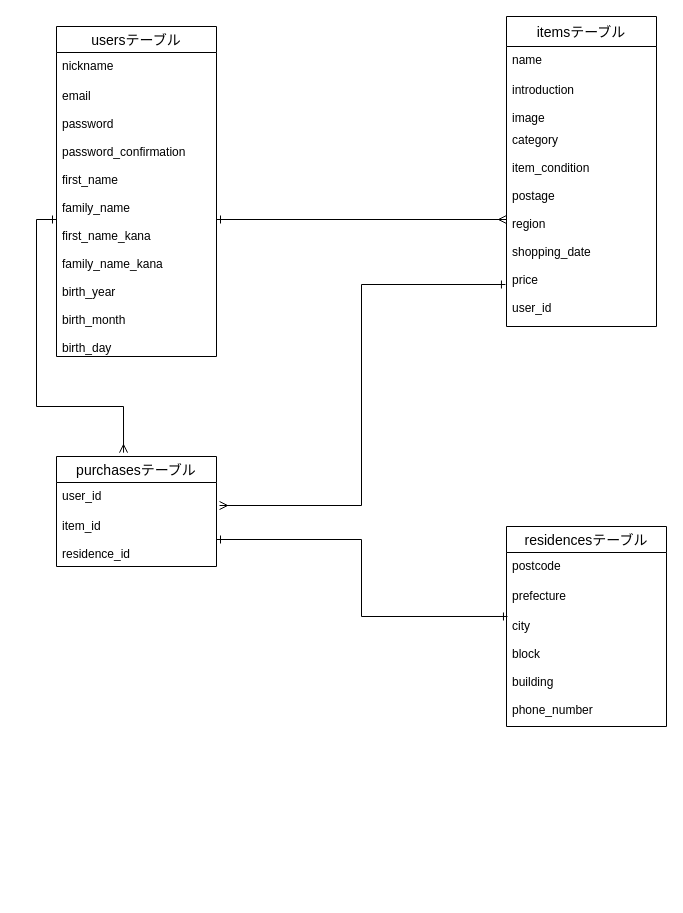
The draw.io diagram test.dio in junki57/furima-35959, before the edit. Source tidied: cells renumbered, new cells numbered last; positions are measured from the earlier drawing's top-left corner, leaving out a move shared by most shapes. Both pictures are drawn from the tidied source at 100%, with x=0, y=0 at pixel (56, 16).
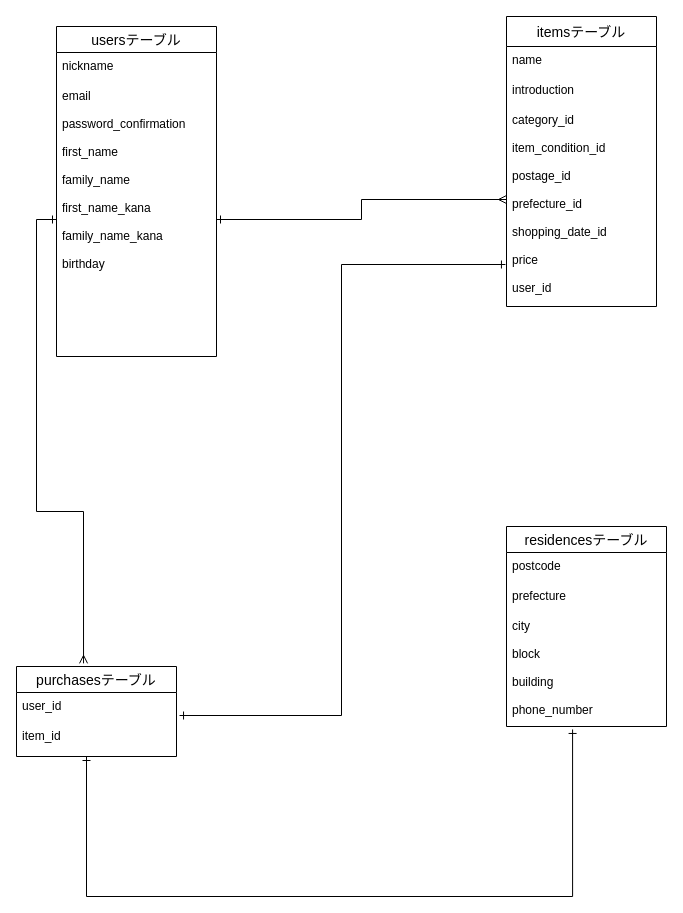
Above is the later version.

Unchanged cells that the change refers to:
```xml
<mxCell id="9" value="user_id" style="text;strokeColor=none;fillColor=none;spacingLeft=4;spacingRight=4;overflow=hidden;points=[[0,0.5],[1,0.5]];portConstraint=eastwest;fontSize=12;" parent="8" vertex="1">
  <mxGeometry y="26" width="160" height="30" as="geometry" />
</mxCell>
<mxCell id="14" value="city&#10;&#10;block&#10;&#10;building&#10;&#10;phone_number" style="text;strokeColor=none;fillColor=none;spacingLeft=4;spacingRight=4;overflow=hidden;points=[[0,0.5],[1,0.5]];portConstraint=eastwest;fontSize=12;" parent="11" vertex="1">
  <mxGeometry y="86" width="160" height="114" as="geometry" />
</mxCell>
```

Diff of the diagram source:
```diff
@@
     <mxCell id="2" value="itemsテーブル" style="swimlane;fontStyle=0;horizontal=1;startSize=30;align=center;fontSize=14;" parent="1" vertex="1">
-      <mxGeometry x="450" width="150" height="310" as="geometry" />
+      <mxGeometry x="450" width="150" height="290" as="geometry" />
     </mxCell>
@@
-    <mxCell id="4" value="introduction&#10;&#10;image" style="text;strokeColor=none;fillColor=none;spacingLeft=4;spacingRight=4;overflow=hidden;fontSize=12;" parent="2" vertex="1">
-      <mxGeometry y="60" width="150" height="50" as="geometry" />
+    <mxCell id="4" value="introduction" style="text;strokeColor=none;fillColor=none;spacingLeft=4;spacingRight=4;overflow=hidden;fontSize=12;" parent="2" vertex="1">
+      <mxGeometry y="60" width="150" height="30" as="geometry" />
     </mxCell>
-    <mxCell id="5" value="category&#10;&#10;item_condition&#10;&#10;postage&#10;&#10;region&#10;&#10;shopping_date&#10;&#10;price&#10;&#10;user_id&#10;" style="text;strokeColor=none;fillColor=none;spacingLeft=4;spacingRight=4;overflow=hidden;points=[[0,0.5],[1,0.5]];portConstraint=eastwest;fontSize=12;" parent="2" vertex="1">
-      <mxGeometry y="110" width="150" height="200" as="geometry" />
+    <mxCell id="5" value="category_id&#10;&#10;item_condition_id&#10;&#10;postage_id&#10;&#10;prefecture_id&#10;&#10;shopping_date_id&#10;&#10;price&#10;&#10;user_id&#10;" style="text;strokeColor=none;fillColor=none;spacingLeft=4;spacingRight=4;overflow=hidden;points=[[0,0.5],[1,0.5]];portConstraint=eastwest;fontSize=12;" parent="2" vertex="1">
+      <mxGeometry y="90" width="150" height="200" as="geometry" />
     </mxCell>
@@
+    <mxCell id="21" style="edgeStyle=orthogonalEdgeStyle;rounded=0;jettySize=auto;html=1;entryX=0.413;entryY=1.026;entryDx=0;entryDy=0;entryPerimeter=0;startArrow=ERone;startFill=0;endArrow=ERone;endFill=0;" parent="1" edge="1" source="8" target="14">
+      <mxGeometry relative="1" as="geometry">
+        <Array as="points">
+          <mxPoint x="30" y="880" />
+          <mxPoint x="516" y="880" />
+        </Array>
+      </mxGeometry>
+    </mxCell>
     <mxCell id="8" value="purchasesテーブル" style="swimlane;fontStyle=0;horizontal=1;startSize=26;align=center;fontSize=14;" parent="1" vertex="1">
-      <mxGeometry y="440" width="160" height="110" as="geometry" />
+      <mxGeometry x="-40" y="650" width="160" height="90" as="geometry" />
     </mxCell>
@@
-    <mxCell id="10" value="item_id&#10;&#10;residence_id" style="text;strokeColor=none;fillColor=none;spacingLeft=4;spacingRight=4;overflow=hidden;points=[[0,0.5],[1,0.5]];portConstraint=eastwest;fontSize=12;" parent="8" vertex="1">
-      <mxGeometry y="56" width="160" height="54" as="geometry" />
+    <mxCell id="10" value="item_id" style="text;strokeColor=none;fillColor=none;spacingLeft=4;spacingRight=4;overflow=hidden;points=[[0,0.5],[1,0.5]];portConstraint=eastwest;fontSize=12;" parent="8" vertex="1">
+      <mxGeometry y="56" width="160" height="34" as="geometry" />
     </mxCell>
@@
-    <mxCell id="17" value="email&#10;&#10;password&#10;&#10;password_confirmation&#10;&#10;first_name&#10;&#10;family_name&#10;&#10;first_name_kana&#10;&#10;family_name_kana&#10;&#10;birth_year&#10;&#10;birth_month&#10;&#10;birth_day" style="text;strokeColor=none;fillColor=none;spacingLeft=4;spacingRight=4;overflow=hidden;points=[[0,0.5],[1,0.5]];portConstraint=eastwest;fontSize=12;" parent="1" vertex="1">
+    <mxCell id="17" value="email&#10;&#10;password_confirmation&#10;&#10;first_name&#10;&#10;family_name&#10;&#10;first_name_kana&#10;&#10;family_name_kana&#10;&#10;birthday" style="text;strokeColor=none;fillColor=none;spacingLeft=4;spacingRight=4;overflow=hidden;points=[[0,0.5],[1,0.5]];portConstraint=eastwest;fontSize=12;" parent="1" vertex="1">
       <mxGeometry y="66" width="160" height="274" as="geometry" />
     </mxCell>
-    <mxCell id="18" style="edgeStyle=orthogonalEdgeStyle;rounded=0;jettySize=auto;html=1;entryX=1.019;entryY=0.767;entryDx=0;entryDy=0;entryPerimeter=0;startArrow=ERone;startFill=0;endArrow=ERmany;endFill=0;exitX=-0.007;exitY=0.79;exitDx=0;exitDy=0;exitPerimeter=0;" parent="1" edge="1" source="5" target="9">
+    <mxCell id="18" style="edgeStyle=orthogonalEdgeStyle;rounded=0;jettySize=auto;html=1;entryX=1.019;entryY=0.767;entryDx=0;entryDy=0;entryPerimeter=0;startArrow=ERone;startFill=0;endArrow=ERone;endFill=0;exitX=-0.007;exitY=0.79;exitDx=0;exitDy=0;exitPerimeter=0;" parent="1" edge="1" source="5" target="9">
       <mxGeometry relative="1" as="geometry" />
     </mxCell>
@@
-    <mxCell id="20" style="edgeStyle=orthogonalEdgeStyle;rounded=0;jettySize=auto;html=1;startArrow=ERone;startFill=0;endArrow=ERone;endFill=0;entryX=0.006;entryY=0.035;entryDx=0;entryDy=0;entryPerimeter=0;" parent="1" edge="1" source="10" target="14">
-      <mxGeometry relative="1" as="geometry" />
-    </mxCell>
```
